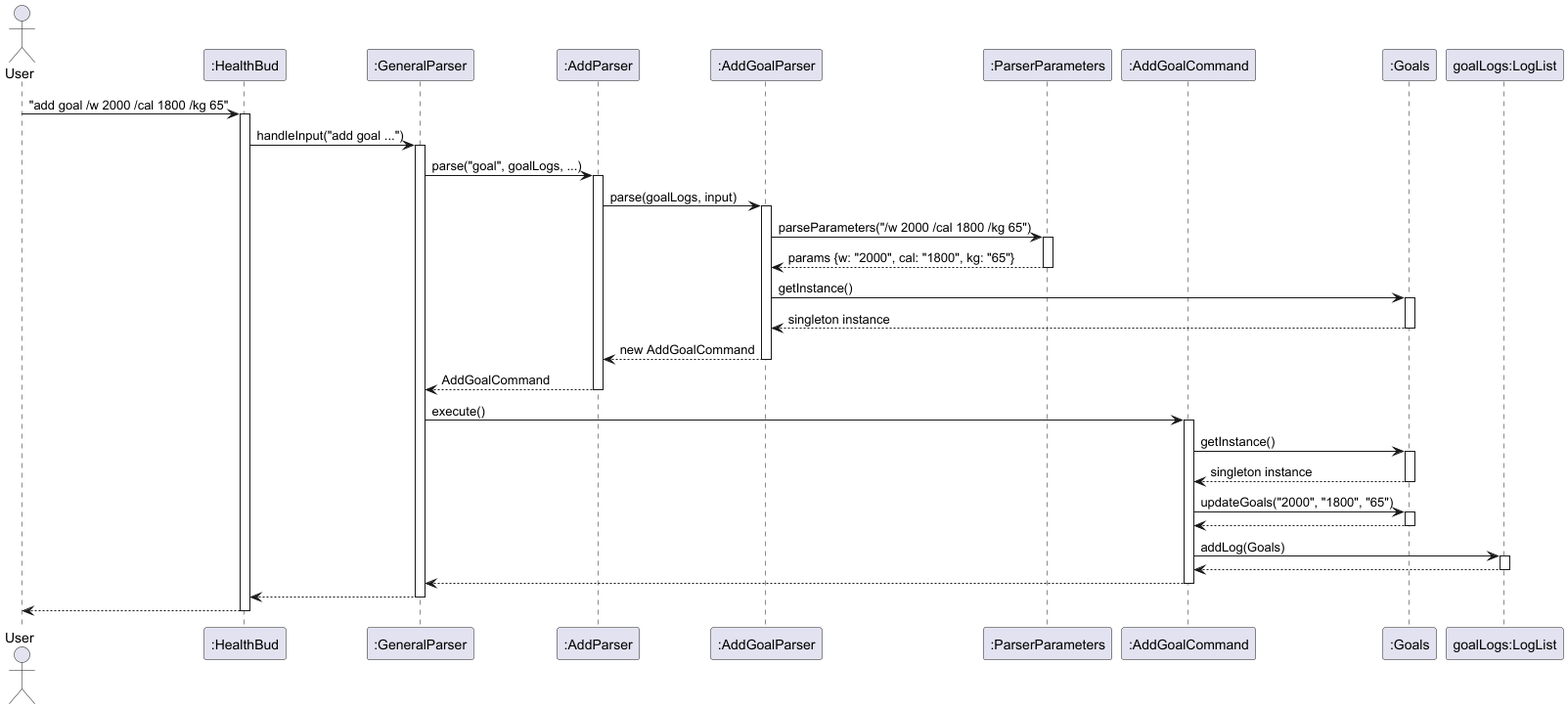
Jasonlobo21/tp keeps this PlantUML diagram as docs/images/GoalSD.png. Above is the earlier version.
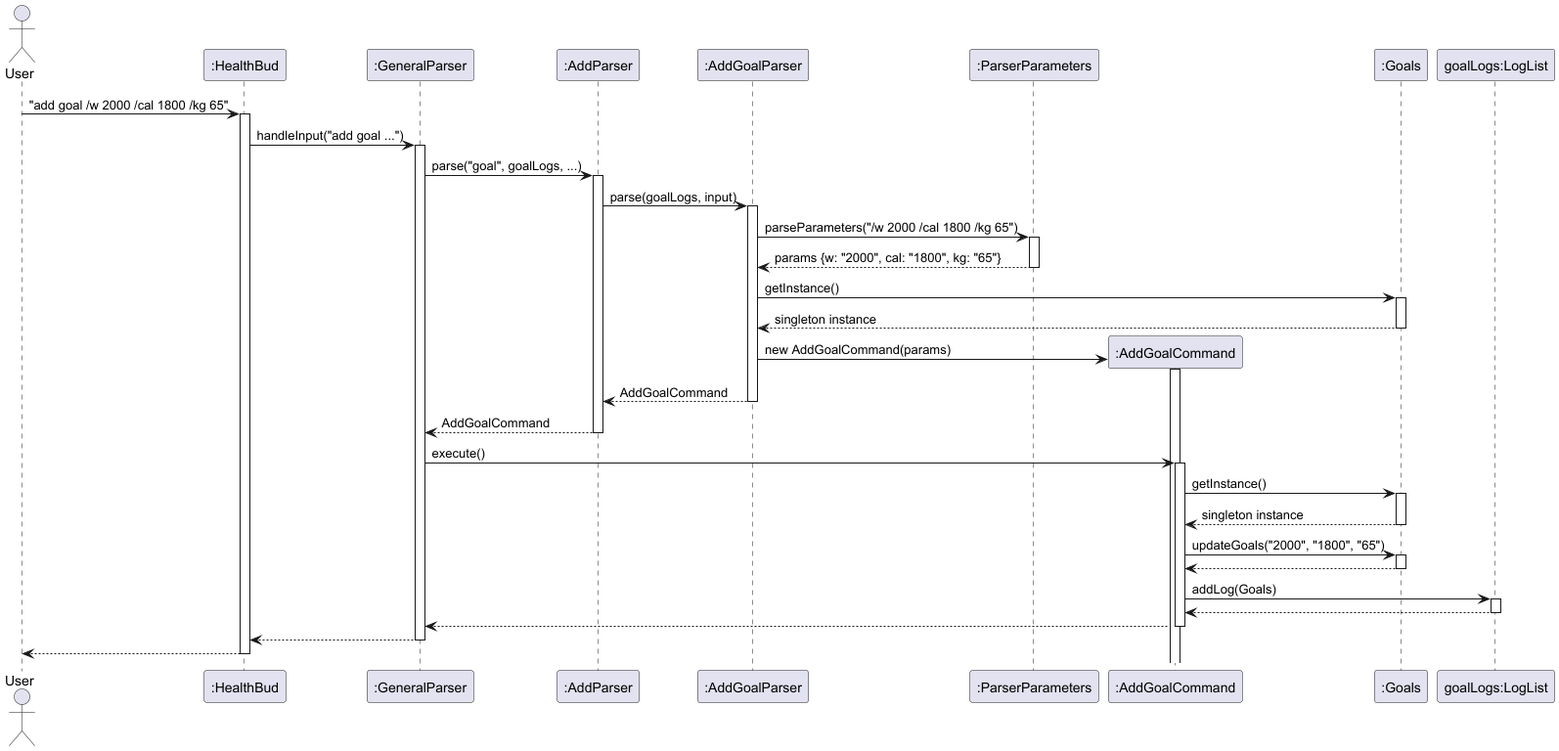
After the commit.

Change to the diagram source:
```diff
@@ -31,7 +31,10 @@
 Goals --> AddGoalParser : singleton instance
 deactivate Goals
 
-AddGoalParser --> AddParser : new AddGoalCommand
+create AddGoalCommand
+AddGoalParser -> AddGoalCommand : new AddGoalCommand(params)
+activate AddGoalCommand
+AddGoalParser --> AddParser : AddGoalCommand
 deactivate AddGoalParser
 
 AddParser --> GeneralParser : AddGoalCommand
```
